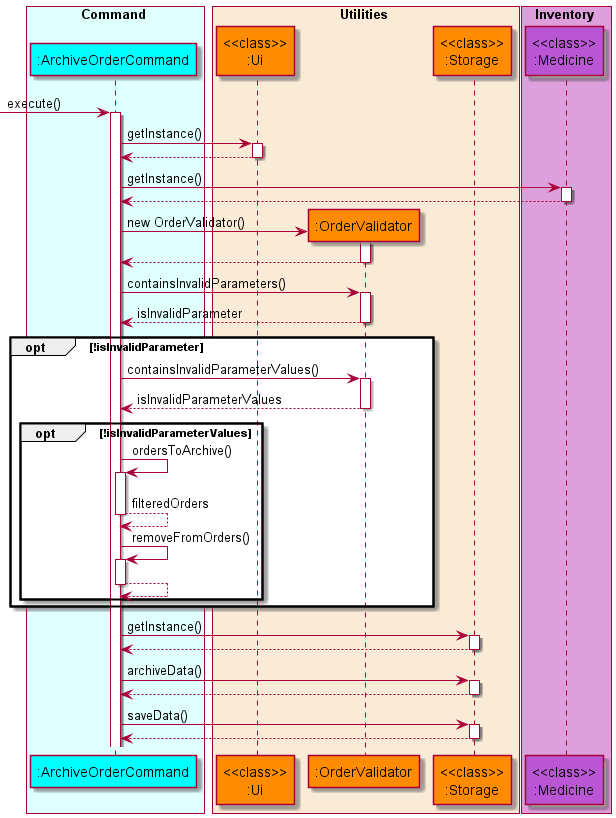
Earlier version of the PlantUML export docs/diagrams/diagram_images/ArchiveOrderSequenceDiagram.png (nus-cs2113-AY2122S1/tp).
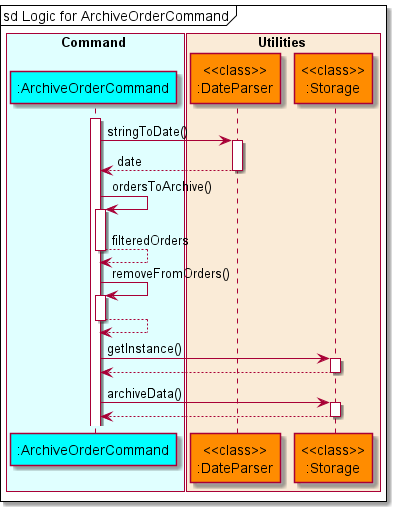
The same file after the commit.

Commit message:
Update sequence diagrram in DG and removal of redundant checking in deletestock

The edit, as a diff of the source:
```diff
@@ -7,42 +7,21 @@
 end box
 
 box Utilities COLOR_UTILITIES_BOX
-    participant "<<class>>\n:Ui" as ui COLOR_UTILITIES
-    participant ":OrderValidator" as orderValidator COLOR_UTILITIES
+    participant "<<class>>\n:DateParser" as dateParser COLOR_UTILITIES
     participant "<<class>>\n:Storage" as storage COLOR_UTILITIES
 end box
 
-box Inventory COLOR_INVENTORY_BOX
-    participant "<<class>>\n:Medicine" as medicine COLOR_INVENTORY
-end box
-
 autoactivate on
-
--> archiveOrder: execute()
-archiveOrder -> ui : getInstance()
-archiveOrder <-- ui
-archiveOrder -> medicine : getInstance()
-archiveOrder <-- medicine
-create orderValidator
-archiveOrder -> orderValidator: new OrderValidator()
-archiveOrder <-- orderValidator
-archiveOrder -> orderValidator : containsInvalidParameters()
-archiveOrder <-- orderValidator : isInvalidParameter
-
-opt !isInvalidParameter
-    archiveOrder -> orderValidator : containsInvalidParameterValues()
-    archiveOrder <-- orderValidator : isInvalidParameterValues
-    opt !isInvalidParameterValues
-        archiveOrder -> archiveOrder : ordersToArchive()
-        archiveOrder --> archiveOrder : filteredOrders
-        archiveOrder -> archiveOrder : removeFromOrders()
-        archiveOrder --> archiveOrder
-    end
-end
+mainFrame sd Logic for ArchiveOrderCommand
+activate archiveOrder
+archiveOrder -> dateParser : stringToDate()
+archiveOrder <-- dateParser : date
+archiveOrder -> archiveOrder : ordersToArchive()
+archiveOrder --> archiveOrder : filteredOrders
+archiveOrder -> archiveOrder : removeFromOrders()
+archiveOrder --> archiveOrder
 archiveOrder -> storage : getInstance()
 archiveOrder <-- storage
 archiveOrder -> storage : archiveData()
 archiveOrder <-- storage
-archiveOrder -> storage: saveData()
-archiveOrder <-- storage
 @enduml
```
